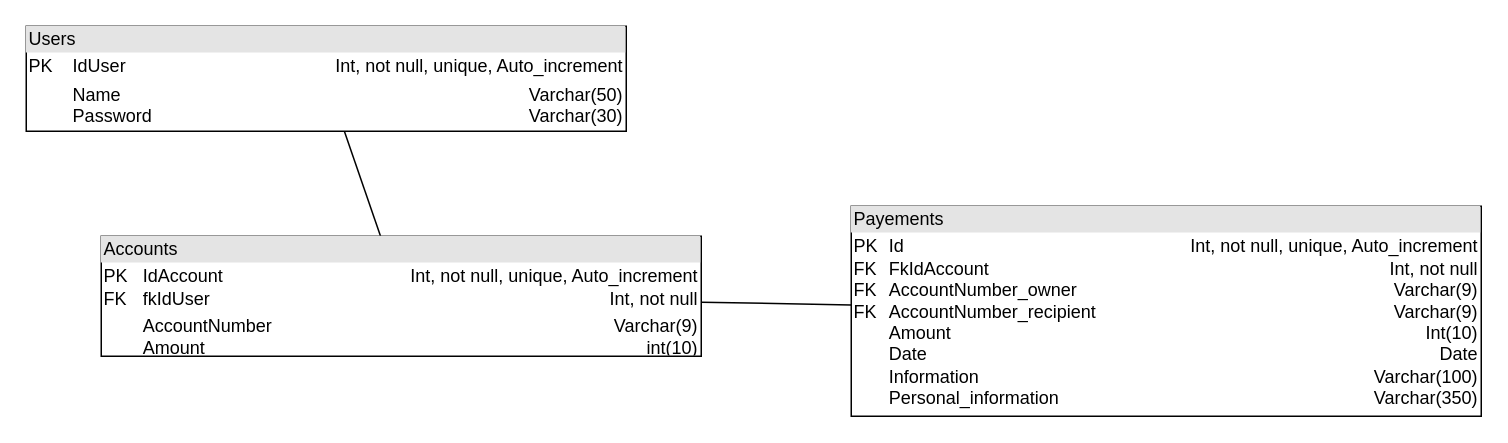
This is Documentation/MLD.drawio from Trobinsch/TPI_RSZ, a draw.io file, before an edit. Source tidied: cells renumbered, new cells numbered last; positions are measured from the earlier drawing's top-left corner, leaving out a move shared by most shapes. Both pictures are drawn from the tidied source at 150%, with x=0, y=0 at pixel (26, 26).
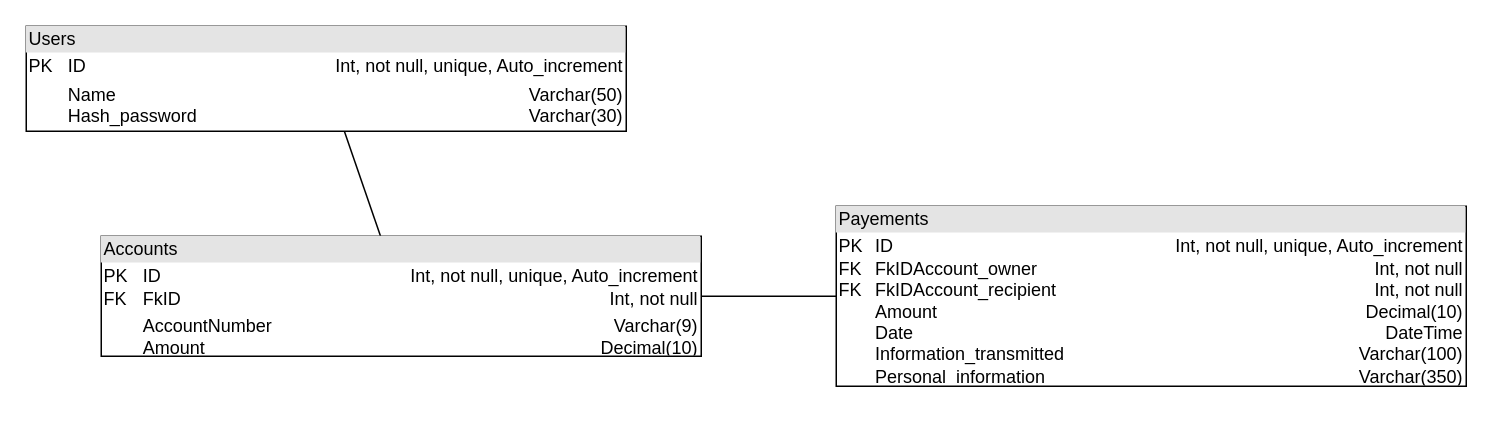
The same page after the edit.

Diff of the diagram source:
```diff
@@
 <mxGraphModel>
   <root>
     <mxCell id="0" />
     <mxCell id="1" parent="0" />
-    <mxCell id="2" value="&lt;div style=&quot;box-sizing: border-box ; width: 100% ; background: #e4e4e4 ; padding: 2px&quot;&gt;Users&lt;/div&gt;&lt;table style=&quot;width: 100% ; font-size: 1em&quot; cellpadding=&quot;2&quot; cellspacing=&quot;0&quot;&gt;&lt;tbody&gt;&lt;tr&gt;&lt;td&gt;PK&lt;/td&gt;&lt;td&gt;IdUser&lt;/td&gt;&lt;td style=&quot;text-align: right&quot;&gt;Int, not null, unique, Auto_increment&lt;/td&gt;&lt;/tr&gt;&lt;tr&gt;&lt;td&gt;&lt;br&gt;&lt;/td&gt;&lt;td&gt;Name&lt;br&gt;Password&lt;/td&gt;&lt;td style=&quot;text-align: right&quot;&gt;Varchar(50)&lt;br&gt;Varchar(30)&lt;/td&gt;&lt;/tr&gt;&lt;tr&gt;&lt;td&gt;&lt;/td&gt;&lt;td&gt;&lt;br&gt;&lt;/td&gt;&lt;td style=&quot;text-align: right&quot;&gt;&lt;br&gt;&lt;/td&gt;&lt;/tr&gt;&lt;/tbody&gt;&lt;/table&gt;" style="verticalAlign=top;align=left;overflow=fill;html=1;" parent="1" vertex="1">
+    <mxCell id="2" value="&lt;div style=&quot;box-sizing: border-box ; width: 100% ; background: #e4e4e4 ; padding: 2px&quot;&gt;Users&lt;/div&gt;&lt;table style=&quot;width: 100% ; font-size: 1em&quot; cellpadding=&quot;2&quot; cellspacing=&quot;0&quot;&gt;&lt;tbody&gt;&lt;tr&gt;&lt;td&gt;PK&lt;/td&gt;&lt;td&gt;ID&lt;/td&gt;&lt;td style=&quot;text-align: right&quot;&gt;Int, not null, unique, Auto_increment&lt;/td&gt;&lt;/tr&gt;&lt;tr&gt;&lt;td&gt;&lt;br&gt;&lt;/td&gt;&lt;td&gt;Name&lt;br&gt;Hash_password&lt;/td&gt;&lt;td style=&quot;text-align: right&quot;&gt;Varchar(50)&lt;br&gt;Varchar(30)&lt;/td&gt;&lt;/tr&gt;&lt;tr&gt;&lt;td&gt;&lt;/td&gt;&lt;td&gt;&lt;br&gt;&lt;/td&gt;&lt;td style=&quot;text-align: right&quot;&gt;&lt;br&gt;&lt;/td&gt;&lt;/tr&gt;&lt;/tbody&gt;&lt;/table&gt;" style="verticalAlign=top;align=left;overflow=fill;html=1;" parent="1" vertex="1">
       <mxGeometry width="400" height="70" as="geometry" />
     </mxCell>
-    <mxCell id="3" value="&lt;div style=&quot;box-sizing: border-box ; width: 100% ; background: #e4e4e4 ; padding: 2px&quot;&gt;Payements&lt;/div&gt;&lt;table style=&quot;width: 100% ; font-size: 1em&quot; cellpadding=&quot;2&quot; cellspacing=&quot;0&quot;&gt;&lt;tbody&gt;&lt;tr&gt;&lt;td&gt;PK&lt;br&gt;FK&lt;br&gt;FK&lt;br&gt;FK&lt;br&gt;&lt;br&gt;&lt;br&gt;&lt;br&gt;&lt;br&gt;&lt;/td&gt;&lt;td&gt;Id&lt;br&gt;FkIdAccount&lt;br&gt;AccountNumber_owner&lt;br&gt;AccountNumber_recipient&lt;br&gt;Amount&lt;br&gt;Date&lt;br&gt;Information&lt;br&gt;Personal_information&lt;/td&gt;&lt;td style=&quot;text-align: right&quot;&gt;Int, not null, unique, Auto_increment&lt;br&gt;Int, not null&lt;br&gt;Varchar(9)&lt;br&gt;Varchar(9)&lt;br&gt;Int(10)&lt;br&gt;Date&lt;br&gt;Varchar(100)&lt;br&gt;Varchar(350)&lt;/td&gt;&lt;/tr&gt;&lt;tr&gt;&lt;td&gt;&lt;br&gt;&lt;br&gt;&lt;br&gt;&lt;/td&gt;&lt;td&gt;&lt;br&gt;&lt;/td&gt;&lt;td style=&quot;text-align: right&quot;&gt;&lt;br&gt;&lt;/td&gt;&lt;/tr&gt;&lt;tr&gt;&lt;td&gt;&lt;/td&gt;&lt;td&gt;&lt;br&gt;&lt;/td&gt;&lt;td&gt;&lt;div style=&quot;text-align: right&quot;&gt;&lt;br&gt;&lt;/div&gt;&lt;/td&gt;&lt;/tr&gt;&lt;/tbody&gt;&lt;/table&gt;" style="verticalAlign=top;align=left;overflow=fill;html=1;" parent="1" vertex="1">
-      <mxGeometry x="550" y="120" width="420" height="140" as="geometry" />
+    <mxCell id="3" value="&lt;div style=&quot;box-sizing: border-box ; width: 100% ; background: #e4e4e4 ; padding: 2px&quot;&gt;Payements&lt;/div&gt;&lt;table style=&quot;width: 100% ; font-size: 1em&quot; cellpadding=&quot;2&quot; cellspacing=&quot;0&quot;&gt;&lt;tbody&gt;&lt;tr&gt;&lt;td&gt;PK&lt;br&gt;FK&lt;br&gt;FK&lt;br&gt;&lt;br&gt;&lt;br&gt;&lt;br&gt;&lt;br&gt;&lt;/td&gt;&lt;td&gt;ID&lt;br&gt;FkIDAccount_owner&lt;br&gt;FkIDAccount_recipient&lt;br&gt;Amount&lt;br&gt;Date&lt;br&gt;Information_transmitted&lt;br&gt;Personal_information&lt;/td&gt;&lt;td style=&quot;text-align: right&quot;&gt;Int, not null, unique, Auto_increment&lt;br&gt;Int, not null&lt;br&gt;Int, not null&lt;br&gt;Decimal(10)&lt;br&gt;DateTime&lt;br&gt;Varchar(100)&lt;br&gt;Varchar(350)&lt;/td&gt;&lt;/tr&gt;&lt;tr&gt;&lt;td&gt;&lt;br&gt;&lt;br&gt;&lt;br&gt;&lt;/td&gt;&lt;td&gt;&lt;br&gt;&lt;/td&gt;&lt;td style=&quot;text-align: right&quot;&gt;&lt;br&gt;&lt;/td&gt;&lt;/tr&gt;&lt;tr&gt;&lt;td&gt;&lt;/td&gt;&lt;td&gt;&lt;br&gt;&lt;/td&gt;&lt;td&gt;&lt;div style=&quot;text-align: right&quot;&gt;&lt;br&gt;&lt;/div&gt;&lt;/td&gt;&lt;/tr&gt;&lt;/tbody&gt;&lt;/table&gt;" style="verticalAlign=top;align=left;overflow=fill;html=1;" parent="1" vertex="1">
+      <mxGeometry x="540" y="120" width="420" height="120" as="geometry" />
     </mxCell>
     <mxCell id="4" style="endArrow=none;html=1;" parent="1" edge="1" source="2" target="5">
       <mxGeometry relative="1" as="geometry" />
     </mxCell>
-    <mxCell id="5" value="&lt;div style=&quot;box-sizing: border-box ; width: 100% ; background: #e4e4e4 ; padding: 2px&quot;&gt;Accounts&lt;/div&gt;&lt;table style=&quot;width: 100% ; font-size: 1em&quot; cellpadding=&quot;2&quot; cellspacing=&quot;0&quot;&gt;&lt;tbody&gt;&lt;tr&gt;&lt;td&gt;PK&lt;br&gt;FK&lt;/td&gt;&lt;td&gt;IdAccount&lt;br&gt;fkIdUser&lt;/td&gt;&lt;td style=&quot;text-align: right&quot;&gt;Int, not null, unique, Auto_increment&lt;br&gt;Int, not null&lt;/td&gt;&lt;/tr&gt;&lt;tr&gt;&lt;td&gt;&lt;br&gt;&lt;/td&gt;&lt;td&gt;AccountNumber&lt;br&gt;Amount&lt;/td&gt;&lt;td style=&quot;text-align: right&quot;&gt;Varchar(9)&lt;br&gt;int(10)&lt;/td&gt;&lt;/tr&gt;&lt;tr&gt;&lt;td&gt;&lt;/td&gt;&lt;td&gt;&lt;br&gt;&lt;/td&gt;&lt;td style=&quot;text-align: right&quot;&gt;&lt;br&gt;&lt;/td&gt;&lt;/tr&gt;&lt;/tbody&gt;&lt;/table&gt;" style="verticalAlign=top;align=left;overflow=fill;html=1;" parent="1" vertex="1">
+    <mxCell id="5" value="&lt;div style=&quot;box-sizing: border-box ; width: 100% ; background: #e4e4e4 ; padding: 2px&quot;&gt;Accounts&lt;/div&gt;&lt;table style=&quot;width: 100% ; font-size: 1em&quot; cellpadding=&quot;2&quot; cellspacing=&quot;0&quot;&gt;&lt;tbody&gt;&lt;tr&gt;&lt;td&gt;PK&lt;br&gt;FK&lt;/td&gt;&lt;td&gt;ID&lt;br&gt;FkID&lt;/td&gt;&lt;td style=&quot;text-align: right&quot;&gt;Int, not null, unique, Auto_increment&lt;br&gt;Int, not null&lt;/td&gt;&lt;/tr&gt;&lt;tr&gt;&lt;td&gt;&lt;br&gt;&lt;/td&gt;&lt;td&gt;AccountNumber&lt;br&gt;Amount&lt;/td&gt;&lt;td style=&quot;text-align: right&quot;&gt;Varchar(9)&lt;br&gt;Decimal(10)&lt;/td&gt;&lt;/tr&gt;&lt;tr&gt;&lt;td&gt;&lt;/td&gt;&lt;td&gt;&lt;br&gt;&lt;/td&gt;&lt;td style=&quot;text-align: right&quot;&gt;&lt;br&gt;&lt;/td&gt;&lt;/tr&gt;&lt;/tbody&gt;&lt;/table&gt;" style="verticalAlign=top;align=left;overflow=fill;html=1;" parent="1" vertex="1">
       <mxGeometry x="50" y="140" width="400" height="80" as="geometry" />
     </mxCell>
     <mxCell id="6" style="endArrow=none;html=1;" parent="1" edge="1" source="5" target="3">
       <mxGeometry relative="1" as="geometry" />
     </mxCell>
   </root>
 </mxGraphModel>
```
